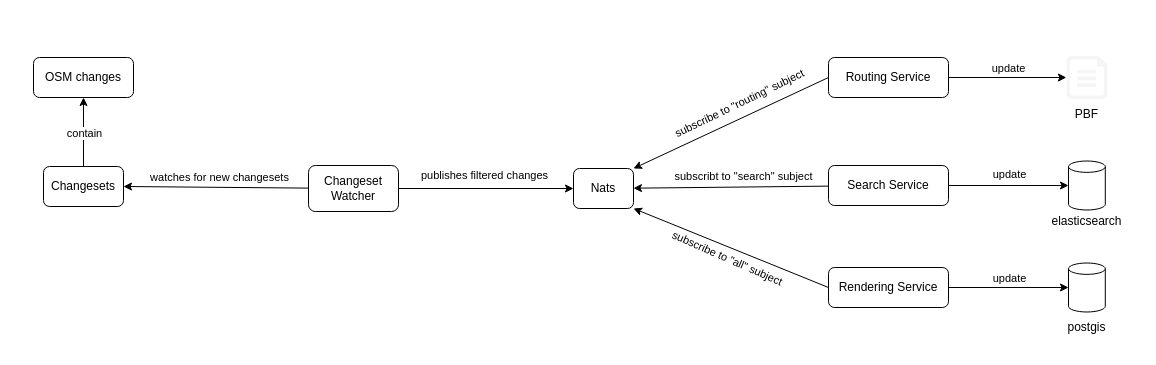
noxz-dev/osm-cqrs keeps this draw.io diagram as docs/diagrams/architecture.drawio. Above is the earlier version. Source tidied: cells renumbered, new cells numbered last; positions are measured from the earlier drawing's top-left corner, leaving out a move shared by most shapes. Both pictures are drawn from the tidied source at 100%, with x=0, y=0 at pixel (33, 55).
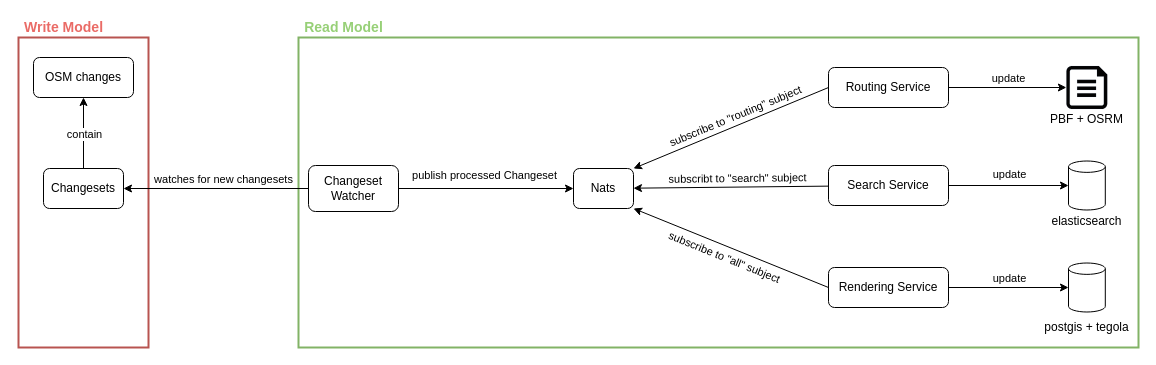
Above is the later version.

The change refers to these unchanged cells:
```xml
<mxCell id="2" style="edgeStyle=none;html=1;entryX=1;entryY=0.5;entryDx=0;entryDy=0;startArrow=none;startFill=0;endArrow=classic;endFill=1;" parent="1" edge="1" source="6" target="10">
  <mxGeometry relative="1" as="geometry" />
</mxCell>
<mxCell id="4" style="edgeStyle=none;html=1;entryX=0;entryY=0.5;entryDx=0;entryDy=0;startArrow=none;startFill=0;endArrow=classic;endFill=1;" parent="1" edge="1" source="6" target="13">
  <mxGeometry relative="1" as="geometry" />
</mxCell>
<mxCell id="11" style="edgeStyle=none;html=1;startArrow=classic;startFill=1;endArrow=none;endFill=0;" parent="1" edge="1" source="13" target="19">
  <mxGeometry relative="1" as="geometry" />
</mxCell>
<mxCell id="14" style="edgeStyle=none;html=1;entryX=1;entryY=0;entryDx=0;entryDy=0;startArrow=none;startFill=0;endArrow=classic;endFill=1;exitX=0;exitY=0.5;exitDx=0;exitDy=0;" parent="1" edge="1" source="18" target="13">
  <mxGeometry relative="1" as="geometry" />
</mxCell>
<mxCell id="20" style="edgeStyle=none;html=1;entryX=1;entryY=1;entryDx=0;entryDy=0;startArrow=none;startFill=0;endArrow=classic;endFill=1;exitX=0;exitY=0.5;exitDx=0;exitDy=0;" parent="1" edge="1" source="24" target="13">
  <mxGeometry relative="1" as="geometry" />
</mxCell>
```

Diff of the diagram source:
```diff
@@
+    <mxCell id="33" style="rounded=1;whiteSpace=wrap;html=1;fillColor=none;arcSize=0;strokeColor=#b85450;strokeWidth=2;" parent="1" vertex="1">
+      <mxGeometry x="-15" y="-18" width="130" height="310" as="geometry" />
+    </mxCell>
+    <mxCell id="34" style="rounded=1;whiteSpace=wrap;html=1;fillColor=none;arcSize=0;strokeColor=#82b366;strokeWidth=2;" parent="1" vertex="1">
+      <mxGeometry x="265" y="-18" width="840" height="310" as="geometry" />
+    </mxCell>
@@
     <mxCell id="3" value="watches for new changesets" style="edgeLabel;html=1;align=center;verticalAlign=middle;" parent="2" vertex="1">
       <mxGeometry x="0.11" relative="1" as="geometry">
-        <mxPoint x="13" y="-10" as="offset" />
+        <mxPoint x="17" y="-10" as="offset" />
       </mxGeometry>
     </mxCell>
@@
-    <mxCell id="5" value="publishes filtered changes" style="edgeLabel;html=1;align=center;verticalAlign=middle;" parent="4" vertex="1">
+    <mxCell id="5" value="publish processed Changeset" style="edgeLabel;html=1;align=center;verticalAlign=middle;" parent="4" vertex="1">
       <mxGeometry x="-0.17" y="-1" relative="1" as="geometry">
         <mxPoint x="12" y="-15" as="offset" />
       </mxGeometry>
     </mxCell>
@@
     <mxCell id="10" value="Changesets" style="rounded=1;whiteSpace=wrap;html=1;" parent="1" vertex="1">
-      <mxGeometry x="10" y="111" width="80" height="40" as="geometry" />
+      <mxGeometry x="10" y="113" width="80" height="40" as="geometry" />
     </mxCell>
@@
-    <mxCell id="12" value="subscribt to &quot;search&quot; subject" style="edgeLabel;html=1;align=center;verticalAlign=middle;" parent="11" vertex="1">
+    <mxCell id="12" value="subscribt to &quot;search&quot; subject" style="edgeLabel;html=1;align=center;verticalAlign=middle;rotation=-0.7;" parent="11" vertex="1">
       <mxGeometry x="-0.28" y="3" relative="1" as="geometry">
-        <mxPoint x="40" y="-8" as="offset" />
+        <mxPoint x="34" y="-6" as="offset" />
       </mxGeometry>
     </mxCell>
@@
-    <mxCell id="15" value="subscribe to &quot;routing&quot; subject" style="edgeLabel;html=1;align=center;verticalAlign=middle;rotation=-25.7;" parent="14" vertex="1">
+    <mxCell id="15" value="subscribe to &quot;routing&quot; subject" style="edgeLabel;html=1;align=center;verticalAlign=middle;rotation=-22.5;" parent="14" vertex="1">
       <mxGeometry x="0.18" y="-1" relative="1" as="geometry">
-        <mxPoint x="26" y="-27" as="offset" />
+        <mxPoint x="22" y="-18" as="offset" />
       </mxGeometry>
     </mxCell>
@@
     <mxCell id="18" value="Routing Service" style="rounded=1;whiteSpace=wrap;html=1;" parent="1" vertex="1">
-      <mxGeometry x="795" y="2" width="120" height="40" as="geometry" />
+      <mxGeometry x="795" y="12" width="120" height="40" as="geometry" />
     </mxCell>
@@
-    <mxCell id="21" value="subscribe to &quot;all&quot; subject" style="edgeLabel;html=1;align=center;verticalAlign=middle;rotation=23.8;" parent="20" vertex="1">
+    <mxCell id="21" value="subscribe to &quot;all&quot; subject" style="edgeLabel;html=1;align=center;verticalAlign=middle;rotation=22.1;" parent="20" vertex="1">
       <mxGeometry x="-0.12" y="-1" relative="1" as="geometry">
-        <mxPoint x="-15" y="6" as="offset" />
+        <mxPoint x="-18" y="5" as="offset" />
       </mxGeometry>
     </mxCell>
@@
-    <mxCell id="30" value="postgis" style="text;html=1;align=center;verticalAlign=middle;strokeColor=none;fillColor=none;" parent="1" vertex="1">
-      <mxGeometry x="1028.4" y="262" width="50" height="20" as="geometry" />
+    <mxCell id="30" value="postgis + tegola" style="text;html=1;align=center;verticalAlign=middle;strokeColor=none;fillColor=none;" parent="1" vertex="1">
+      <mxGeometry x="1003.4" y="262" width="100" height="20" as="geometry" />
     </mxCell>
-    <mxCell id="31" value="PBF" style="text;html=1;align=center;verticalAlign=middle;strokeColor=none;fillColor=none;" parent="1" vertex="1">
-      <mxGeometry x="1033.4" y="49" width="40" height="20" as="geometry" />
+    <mxCell id="31" value="PBF + OSRM" style="text;html=1;align=center;verticalAlign=middle;strokeColor=none;fillColor=none;" parent="1" vertex="1">
+      <mxGeometry x="1008.4" y="53.5" width="90" height="20" as="geometry" />
     </mxCell>
-    <mxCell id="32" style="verticalLabelPosition=bottom;html=1;verticalAlign=top;align=center;strokeColor=none;fillColor=#f5f5f5;shape=mxgraph.azure.file;fontColor=#333333;strokeWidth=0;" parent="1" vertex="1">
-      <mxGeometry x="1032.9" y="0.5" width="40.9" height="43" as="geometry" />
+    <mxCell id="32" style="verticalLabelPosition=bottom;html=1;verticalAlign=top;align=center;strokeColor=#6c8ebf;fillColor=#030303;shape=mxgraph.azure.file;strokeWidth=0;" parent="1" vertex="1">
+      <mxGeometry x="1032.9" y="10.5" width="40.9" height="43" as="geometry" />
     </mxCell>
+    <mxCell id="35" value="Write Model" style="text;html=1;align=center;verticalAlign=middle;strokeColor=none;fillColor=none;fontSize=14;fontColor=#EA6B66;fontStyle=1;" parent="1" vertex="1">
+      <mxGeometry x="-15" y="-38" width="90" height="20" as="geometry" />
+    </mxCell>
+    <mxCell id="36" value="Read Model" style="text;html=1;align=center;verticalAlign=middle;strokeColor=none;fillColor=none;fontColor=#97D077;fontStyle=1;fontSize=14;" parent="1" vertex="1">
+      <mxGeometry x="265" y="-38" width="90" height="20" as="geometry" />
+    </mxCell>
```
